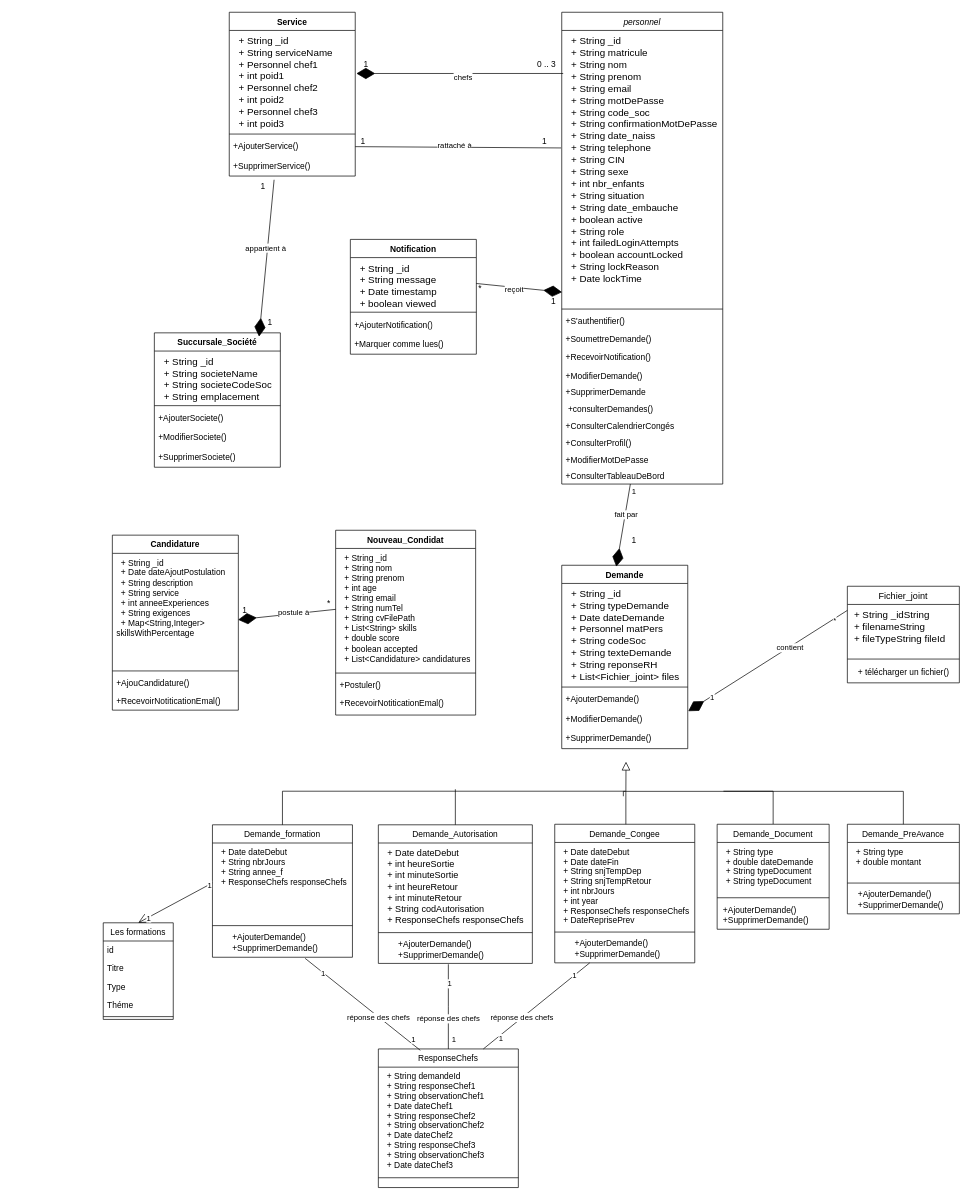
This is Diagramme_classe.drawio from PORTAIL-RH/Portail-RH-Mobile, a draw.io file, before an edit. Source tidied: cells renumbered, new cells numbered last; positions are measured from the earlier drawing's top-left corner, leaving out a move shared by most shapes. Both pictures are drawn from the tidied source at 70%, with x=0, y=0 at pixel (103, 12).
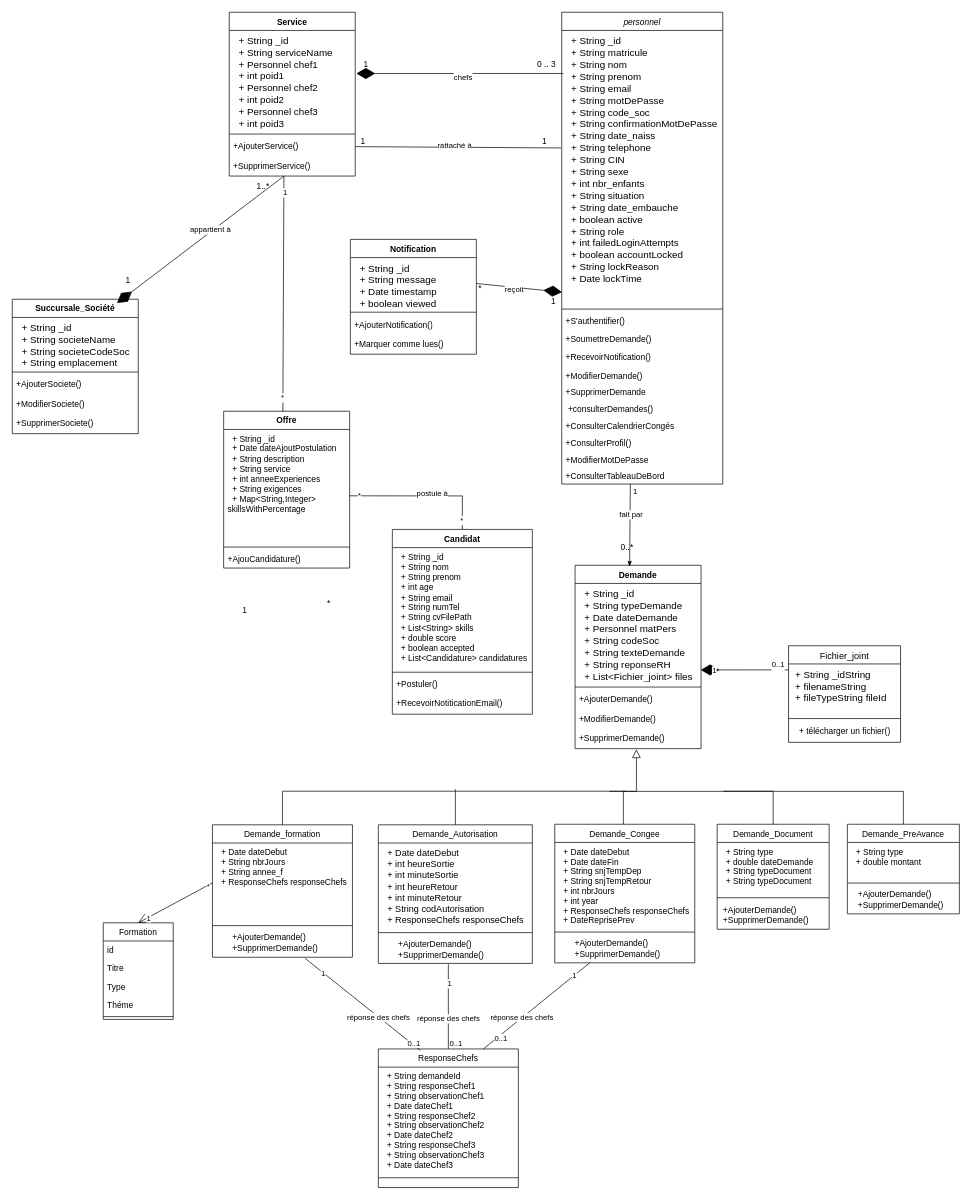
Above is the later version.

Commit message:
Mettre à jour Diagramme_classe.drawio

The change refers to these unchanged cells:
```xml
<mxCell id="25" style="endArrow=open;endFill=1;endSize=12;html=1;rounded=0;exitX=0;exitY=0.5;exitDx=0;exitDy=0;entryX=0.5;entryY=0;entryDx=0;entryDy=0;" parent="1" edge="1" source="16" target="19">
  <mxGeometry relative="1" as="geometry" />
</mxCell>
<mxCell id="28" value="Demande_Congee" style="swimlane;fontStyle=0;align=center;verticalAlign=top;horizontal=1;startSize=26;rounded=0;shadow=0;strokeWidth=1;" parent="1" vertex="1">
  <mxGeometry x="645" y="1160" width="200" height="198" as="geometry" />
</mxCell>
<mxCell id="36" value="Demande_PreAvance" style="swimlane;fontStyle=0;align=center;verticalAlign=top;horizontal=1;startSize=26;rounded=0;shadow=0;strokeWidth=1;" parent="1" vertex="1">
  <mxGeometry x="1063" y="1160" width="160" height="128" as="geometry" />
</mxCell>
<mxCell id="47" value="&lt;div&gt;&amp;nbsp; + String _id&lt;/div&gt;&lt;div&gt;&amp;nbsp; + String nom&lt;/div&gt;&lt;div&gt;&amp;nbsp; + String prenom&lt;/div&gt;&lt;div&gt;&amp;nbsp; + int age&lt;/div&gt;&lt;div&gt;&amp;nbsp; + String email&lt;/div&gt;&lt;div&gt;&amp;nbsp; + String numTel&lt;/div&gt;&lt;div&gt;&amp;nbsp; + String cvFilePath&lt;/div&gt;&lt;div&gt;&amp;nbsp; + List&amp;lt;String&amp;gt; skills&lt;/div&gt;&lt;div&gt;&amp;nbsp; + double score&lt;/div&gt;&lt;div&gt;&amp;nbsp; + boolean accepted&lt;/div&gt;&lt;div&gt;&amp;nbsp; + List&amp;lt;Candidature&amp;gt; candidatures&lt;/div&gt;" style="text;strokeColor=none;fillColor=none;align=left;verticalAlign=top;spacingLeft=4;spacingRight=4;overflow=hidden;points=[[0,0.5],[1,0.5]];portConstraint=eastwest;whiteSpace=wrap;html=1;" parent="46" vertex="1">
  <mxGeometry y="26" width="200" height="174" as="geometry" />
</mxCell>
<mxCell id="56" value="&lt;div&gt;&lt;span style=&quot;text-wrap-mode: nowrap;&quot;&gt;&amp;nbsp; + String _id&lt;/span&gt;&lt;/div&gt;&lt;div&gt;&lt;span style=&quot;text-wrap-mode: nowrap;&quot;&gt;&amp;nbsp; + String typeDemande&lt;/span&gt;&lt;/div&gt;&lt;div&gt;&lt;span style=&quot;text-wrap-mode: nowrap;&quot;&gt;&amp;nbsp; + Date dateDemande&lt;/span&gt;&lt;/div&gt;&lt;div&gt;&lt;span style=&quot;text-wrap-mode: nowrap;&quot;&gt;&amp;nbsp; + Personnel matPers&lt;/span&gt;&lt;/div&gt;&lt;div&gt;&lt;span style=&quot;text-wrap-mode: nowrap;&quot;&gt;&amp;nbsp; + String codeSoc&lt;/span&gt;&lt;/div&gt;&lt;div&gt;&lt;span style=&quot;text-wrap-mode: nowrap;&quot;&gt;&amp;nbsp; + String texteDemande&lt;/span&gt;&lt;/div&gt;&lt;div&gt;&lt;span style=&quot;text-wrap-mode: nowrap;&quot;&gt;&amp;nbsp; + String reponseRH&lt;/span&gt;&lt;/div&gt;&lt;div&gt;&lt;span style=&quot;text-wrap-mode: nowrap;&quot;&gt;&amp;nbsp; + List&amp;lt;Fichier_joint&amp;gt; files&lt;/span&gt;&lt;/div&gt;" style="text;strokeColor=none;fillColor=none;align=left;verticalAlign=top;spacingLeft=4;spacingRight=4;overflow=hidden;points=[[0,0.5],[1,0.5]];portConstraint=eastwest;whiteSpace=wrap;html=1;fontSize=14;" parent="55" vertex="1">
  <mxGeometry y="26" width="180" height="144" as="geometry" />
</mxCell>
<mxCell id="59" value="+ModifierDemande()" style="text;strokeColor=none;fillColor=none;align=left;verticalAlign=top;spacingLeft=4;spacingRight=4;overflow=hidden;points=[[0,0.5],[1,0.5]];portConstraint=eastwest;whiteSpace=wrap;html=1;" parent="55" vertex="1">
  <mxGeometry y="206" width="180" height="28" as="geometry" />
</mxCell>
<mxCell id="60" value="+SupprimerDemande()" style="text;strokeColor=none;fillColor=none;align=left;verticalAlign=top;spacingLeft=4;spacingRight=4;overflow=hidden;points=[[0,0.5],[1,0.5]];portConstraint=eastwest;whiteSpace=wrap;html=1;" parent="55" vertex="1">
  <mxGeometry y="234" width="180" height="28" as="geometry" />
</mxCell>
<mxCell id="62" value="&lt;div&gt;&amp;nbsp; + String _id&lt;/div&gt;&lt;div&gt;&amp;nbsp; + Date dateAjoutPostulation&lt;/div&gt;&lt;div&gt;&lt;span style=&quot;background-color: transparent; color: light-dark(rgb(0, 0, 0), rgb(255, 255, 255));&quot;&gt;&amp;nbsp; + String description&lt;/span&gt;&lt;/div&gt;&lt;div&gt;&amp;nbsp; + String service&lt;/div&gt;&lt;div&gt;&amp;nbsp; + int anneeExperiences&lt;/div&gt;&lt;div&gt;&amp;nbsp; + String exigences&lt;/div&gt;&lt;div&gt;&amp;nbsp; + Map&amp;lt;String,Integer&amp;gt; skillsWithPercentage&lt;/div&gt;" style="text;strokeColor=none;fillColor=none;align=left;verticalAlign=top;spacingLeft=4;spacingRight=4;overflow=hidden;points=[[0,0.5],[1,0.5]];portConstraint=eastwest;whiteSpace=wrap;html=1;" parent="61" vertex="1">
  <mxGeometry y="26" width="180" height="164" as="geometry" />
</mxCell>
<mxCell id="80" value="+Supprimer&lt;span style=&quot;text-align: center;&quot;&gt;Service&lt;/span&gt;()" style="text;strokeColor=none;fillColor=none;align=left;verticalAlign=top;spacingLeft=4;spacingRight=4;overflow=hidden;points=[[0,0.5],[1,0.5]];portConstraint=eastwest;whiteSpace=wrap;html=1;" parent="76" vertex="1">
  <mxGeometry y="206" width="180" height="28" as="geometry" />
</mxCell>
<mxCell id="101" style="endArrow=none;endFill=1;endSize=24;html=1;rounded=0;exitX=0.5;exitY=0;exitDx=0;exitDy=0;startFill=0;" parent="1" edge="1" source="98">
  <mxGeometry relative="1" as="geometry">
    <mxPoint x="493" y="1360" as="targetPoint" />
    <Array as="points">
      <mxPoint x="493" y="1420" />
    </Array>
  </mxGeometry>
</mxCell>
<mxCell id="105" style="endArrow=none;endFill=1;endSize=24;html=1;rounded=0;entryX=0.662;entryY=1.07;entryDx=0;entryDy=0;entryPerimeter=0;startFill=0;" parent="1" edge="1" target="18">
  <mxGeometry relative="1" as="geometry">
    <mxPoint x="453" y="1483" as="sourcePoint" />
  </mxGeometry>
</mxCell>
<mxCell id="109" style="endArrow=none;endFill=1;endSize=24;html=1;rounded=0;entryX=0.25;entryY=1;entryDx=0;entryDy=0;exitX=0.75;exitY=0;exitDx=0;exitDy=0;startFill=0;" parent="1" edge="1" source="98" target="28">
  <mxGeometry relative="1" as="geometry" />
</mxCell>
```

The edit, as a diff of the source:
```diff
@@
-    <mxCell id="19" value="Les formations" style="swimlane;fontStyle=0;align=center;verticalAlign=top;horizontal=1;startSize=26;rounded=0;shadow=0;strokeWidth=1;" parent="1" vertex="1">
+    <mxCell id="19" value="Formation" style="swimlane;fontStyle=0;align=center;verticalAlign=top;horizontal=1;startSize=26;rounded=0;shadow=0;strokeWidth=1;" parent="1" vertex="1">
       <mxGeometry y="1300.8" width="100" height="138" as="geometry" />
     </mxCell>
@@
-    <mxCell id="26" value="1" style="edgeLabel;html=1;align=center;verticalAlign=middle;" parent="25" vertex="1">
-      <mxGeometry x="-0.91" relative="1" as="geometry" />
-    </mxCell>
@@
+    <mxCell id="128" value="*" style="edgeLabel;html=1;align=center;verticalAlign=middle;" parent="25" vertex="1">
+      <mxGeometry x="-0.86" y="1" relative="1" as="geometry" />
+    </mxCell>
@@
     <mxCell id="40" value="Succursale_Société" style="swimlane;fontStyle=1;align=center;verticalAlign=top;horizontal=1;startSize=26;whiteSpace=wrap;html=1;" parent="1" vertex="1">
-      <mxGeometry x="73" y="458" width="180" height="192" as="geometry" />
+      <mxGeometry x="-130" y="410" width="180" height="192" as="geometry" />
     </mxCell>
@@
-    <mxCell id="46" value="Nouveau_Condidat" style="swimlane;fontStyle=1;align=center;verticalAlign=top;horizontal=1;startSize=26;whiteSpace=wrap;html=1;" parent="1" vertex="1">
-      <mxGeometry x="332" y="740" width="200" height="264" as="geometry" />
+    <mxCell id="46" value="Candidat" style="swimlane;fontStyle=1;align=center;verticalAlign=top;horizontal=1;startSize=26;whiteSpace=wrap;html=1;" parent="1" vertex="1">
+      <mxGeometry x="413" y="738.8" width="200" height="264" as="geometry" />
     </mxCell>
@@
-    <mxCell id="50" value="+RecevoirNotiticationEmal()" style="text;strokeColor=none;fillColor=none;align=left;verticalAlign=top;spacingLeft=4;spacingRight=4;overflow=hidden;whiteSpace=wrap;html=1;" parent="46" vertex="1">
+    <mxCell id="50" value="+RecevoirNotiticationEmail()" style="text;strokeColor=none;fillColor=none;align=left;verticalAlign=top;spacingLeft=4;spacingRight=4;overflow=hidden;whiteSpace=wrap;html=1;" parent="46" vertex="1">
       <mxGeometry y="234" width="200" height="30" as="geometry" />
     </mxCell>
-    <mxCell id="51" style="endArrow=block;endSize=10;endFill=0;shadow=0;strokeWidth=1;rounded=0;curved=0;edgeStyle=elbowEdgeStyle;elbow=vertical;exitX=0.508;exitY=0;exitDx=0;exitDy=0;exitPerimeter=0;entryX=0.51;entryY=1.133;entryDx=0;entryDy=0;entryPerimeter=0;" parent="1" edge="1" source="28">
+    <mxCell id="51" style="endArrow=block;endSize=10;endFill=0;shadow=0;strokeWidth=1;rounded=0;curved=0;edgeStyle=elbowEdgeStyle;elbow=vertical;entryX=0.487;entryY=1.029;entryDx=0;entryDy=0;entryPerimeter=0;" parent="1" edge="1" target="60">
       <mxGeometry relative="1" as="geometry">
-        <mxPoint x="746.8" y="1070.6" as="targetPoint" />
+        <mxPoint x="743" y="1160" as="sourcePoint" />
+        <Array as="points">
+          <mxPoint x="763" y="1113" />
+        </Array>
       </mxGeometry>
     </mxCell>
@@
     <mxCell id="54" style="endArrow=none;endSize=10;endFill=0;shadow=0;strokeWidth=1;rounded=0;curved=0;edgeStyle=elbowEdgeStyle;elbow=vertical;startFill=0;entryX=0.5;entryY=0;entryDx=0;entryDy=0;" parent="1" edge="1" target="36">
       <mxGeometry relative="1" as="geometry">
-        <mxPoint x="743" y="1120" as="sourcePoint" />
+        <mxPoint x="723" y="1113" as="sourcePoint" />
         <Array as="points">
           <mxPoint x="1006" y="1113" />
         </Array>
       </mxGeometry>
     </mxCell>
     <mxCell id="55" value="Demande" style="swimlane;fontStyle=1;align=center;verticalAlign=top;horizontal=1;startSize=26;whiteSpace=wrap;html=1;" parent="1" vertex="1">
-      <mxGeometry x="655" y="790" width="180" height="262" as="geometry" />
+      <mxGeometry x="674" y="790" width="180" height="262" as="geometry" />
     </mxCell>
@@
-    <mxCell id="61" value="Candidature" style="swimlane;fontStyle=1;align=center;verticalAlign=top;horizontal=1;startSize=26;whiteSpace=wrap;html=1;" parent="1" vertex="1">
-      <mxGeometry x="13" y="747" width="180" height="250" as="geometry" />
+    <mxCell id="61" value="Offre" style="swimlane;fontStyle=1;align=center;verticalAlign=top;horizontal=1;startSize=26;whiteSpace=wrap;html=1;" parent="1" vertex="1">
+      <mxGeometry x="172" y="570" width="180" height="224" as="geometry" />
     </mxCell>
@@
-    <mxCell id="65" value="+RecevoirNotiticationEmal()" style="text;strokeColor=none;fillColor=none;align=left;verticalAlign=top;spacingLeft=4;spacingRight=4;overflow=hidden;whiteSpace=wrap;html=1;" parent="61" vertex="1">
-      <mxGeometry y="224" width="180" height="26" as="geometry" />
-    </mxCell>
-    <mxCell id="66" style="endArrow=diamondThin;endFill=1;endSize=24;html=1;rounded=0;exitX=0.356;exitY=1.19;exitDx=0;exitDy=0;exitPerimeter=0;entryX=0.831;entryY=0.028;entryDx=0;entryDy=0;entryPerimeter=0;" parent="1" edge="1" source="80" target="40">
+    <mxCell id="66" style="endArrow=diamondThin;endFill=1;endSize=24;html=1;rounded=0;exitX=0.434;exitY=1.003;exitDx=0;exitDy=0;exitPerimeter=0;entryX=0.831;entryY=0.028;entryDx=0;entryDy=0;entryPerimeter=0;" parent="1" edge="1" source="80" target="40">
       <mxGeometry relative="1" as="geometry" />
     </mxCell>
@@
     <mxCell id="84" value="1" style="text;html=1;align=center;verticalAlign=middle;strokeColor=none;fillColor=none;" parent="1" vertex="1">
-      <mxGeometry x="223" y="428" width="30" height="30" as="geometry" />
+      <mxGeometry x="20" y="368" width="30" height="30" as="geometry" />
     </mxCell>
@@
-    <mxCell id="88" value="1" style="text;html=1;align=center;verticalAlign=middle;strokeColor=none;fillColor=none;" parent="1" vertex="1">
-      <mxGeometry x="213" y="234" width="30" height="30" as="geometry" />
+    <mxCell id="88" value="1..*" style="text;html=1;align=center;verticalAlign=middle;strokeColor=none;fillColor=none;" parent="1" vertex="1">
+      <mxGeometry x="208" y="234" width="40" height="30" as="geometry" />
     </mxCell>
-    <mxCell id="89" style="endArrow=diamondThin;endFill=1;endSize=24;html=1;rounded=0;exitX=0.709;exitY=1.042;exitDx=0;exitDy=0;exitPerimeter=0;entryX=0.433;entryY=0.008;entryDx=0;entryDy=0;entryPerimeter=0;" parent="1" edge="1" target="55">
+    <mxCell id="89" style="endArrow=classicThin;endFill=1;html=1;rounded=0;exitX=0.709;exitY=1.042;exitDx=0;exitDy=0;exitPerimeter=0;entryX=0.433;entryY=0.008;entryDx=0;entryDy=0;entryPerimeter=0;" parent="1" edge="1" target="55">
       <mxGeometry relative="1" as="geometry">
         <mxPoint x="753" y="674" as="sourcePoint" />
       </mxGeometry>
     </mxCell>
@@
-    <mxCell id="92" value="1" style="text;html=1;align=center;verticalAlign=middle;strokeColor=none;fillColor=none;" parent="1" vertex="1">
-      <mxGeometry x="743" y="738.8" width="30" height="30" as="geometry" />
+    <mxCell id="92" value="0..*" style="text;html=1;align=center;verticalAlign=middle;strokeColor=none;fillColor=none;" parent="1" vertex="1">
+      <mxGeometry x="728" y="750" width="40" height="30" as="geometry" />
     </mxCell>
@@
-    <mxCell id="102" value="1" style="edgeLabel;html=1;align=center;verticalAlign=middle;" parent="101" vertex="1">
-      <mxGeometry x="-0.78" relative="1" as="geometry">
-        <mxPoint x="7" y="-2" as="offset" />
-      </mxGeometry>
-    </mxCell>
@@
-    <mxCell id="106" value="1" style="edgeLabel;html=1;align=center;verticalAlign=middle;" parent="105" vertex="1">
-      <mxGeometry x="-0.78" relative="1" as="geometry">
-        <mxPoint x="7" y="-2" as="offset" />
-      </mxGeometry>
-    </mxCell>
@@
-    <mxCell id="110" value="1" style="edgeLabel;html=1;align=center;verticalAlign=middle;" parent="109" vertex="1">
+    <mxCell id="110" value="0..1" style="edgeLabel;html=1;align=center;verticalAlign=middle;" parent="109" vertex="1">
       <mxGeometry x="-0.78" relative="1" as="geometry">
         <mxPoint x="7" y="-2" as="offset" />
       </mxGeometry>
     </mxCell>
@@
     <mxCell id="113" value="Fichier_joint" style="swimlane;fontStyle=0;align=center;verticalAlign=top;horizontal=1;startSize=26;rounded=0;shadow=0;strokeWidth=1;fontSize=13;" parent="1" vertex="1">
-      <mxGeometry x="1063" y="820" width="160" height="138" as="geometry" />
+      <mxGeometry x="979" y="905" width="160" height="138" as="geometry" />
     </mxCell>
@@
-    <mxCell id="117" style="endArrow=diamondThin;endFill=1;endSize=24;html=1;rounded=0;entryX=1.004;entryY=0.087;entryDx=0;entryDy=0;exitX=0;exitY=0.25;exitDx=0;exitDy=0;entryPerimeter=0;" parent="1" edge="1" source="113" target="59">
+    <mxCell id="117" style="endArrow=diamondThin;endFill=1;endSize=24;html=1;rounded=0;entryX=0.997;entryY=0.858;entryDx=0;entryDy=0;exitX=0;exitY=0.25;exitDx=0;exitDy=0;entryPerimeter=0;" parent="1" edge="1" source="113" target="56">
       <mxGeometry relative="1" as="geometry" />
     </mxCell>
-    <mxCell id="118" value="*" style="edgeLabel;html=1;align=center;verticalAlign=middle;" parent="117" vertex="1">
-      <mxGeometry x="-0.78" relative="1" as="geometry">
-        <mxPoint x="7" y="-2" as="offset" />
-      </mxGeometry>
-    </mxCell>
-    <mxCell id="119" value="contient" style="edgeLabel;html=1;align=center;verticalAlign=middle;" parent="117" vertex="1">
-      <mxGeometry x="-0.27" y="1" relative="1" as="geometry" />
-    </mxCell>
@@
+    <mxCell id="129" value="0..1&lt;div&gt;&lt;br&gt;&lt;/div&gt;" style="edgeLabel;html=1;align=center;verticalAlign=middle;" parent="117" vertex="1">
+      <mxGeometry x="-0.93" y="-1" relative="1" as="geometry">
+        <mxPoint x="-11" as="offset" />
+      </mxGeometry>
+    </mxCell>
-    <mxCell id="121" style="endArrow=diamondThin;endFill=1;endSize=24;html=1;rounded=0;entryX=0.998;entryY=0.578;entryDx=0;entryDy=0;entryPerimeter=0;exitX=0;exitY=0.5;exitDx=0;exitDy=0;" parent="1" edge="1" source="47" target="62">
-      <mxGeometry relative="1" as="geometry" />
+    <mxCell id="121" style="endArrow=none;endFill=1;endSize=24;html=1;rounded=0;entryX=0.998;entryY=0.578;entryDx=0;entryDy=0;entryPerimeter=0;exitX=0.5;exitY=0;exitDx=0;exitDy=0;startFill=0;" parent="1" edge="1" source="46" target="62">
+      <mxGeometry relative="1" as="geometry">
+        <Array as="points">
+          <mxPoint x="513" y="691" />
+        </Array>
+      </mxGeometry>
     </mxCell>
@@
+    <mxCell id="130" value="*" style="edgeLabel;html=1;align=center;verticalAlign=middle;" parent="121" vertex="1">
+      <mxGeometry x="0.86" relative="1" as="geometry" />
+    </mxCell>
+    <mxCell id="131" value="*" style="edgeLabel;html=1;align=center;verticalAlign=middle;" parent="121" vertex="1">
+      <mxGeometry x="-0.88" y="2" relative="1" as="geometry" />
+    </mxCell>
@@
+    <mxCell id="132" style="endArrow=none;html=1;rounded=0;exitX=0.47;exitY=0.004;exitDx=0;exitDy=0;exitPerimeter=0;entryX=0.434;entryY=1.003;entryDx=0;entryDy=0;entryPerimeter=0;" parent="1" edge="1" source="61" target="80">
+      <mxGeometry relative="1" as="geometry" />
+    </mxCell>
+    <mxCell id="133" value="*" style="edgeLabel;html=1;align=center;verticalAlign=middle;" parent="132" vertex="1">
+      <mxGeometry x="-0.88" y="1" relative="1" as="geometry" />
+    </mxCell>
+    <mxCell id="134" value="1" style="edgeLabel;html=1;align=center;verticalAlign=middle;" parent="132" vertex="1">
+      <mxGeometry x="0.86" y="-1" relative="1" as="geometry" />
+    </mxCell>
+    <mxCell id="135" value="&lt;span style=&quot;color: rgb(0, 0, 0); font-family: Helvetica; font-size: 11px; font-style: normal; font-variant-ligatures: normal; font-variant-caps: normal; font-weight: 400; letter-spacing: normal; orphans: 2; text-align: center; text-indent: 0px; text-transform: none; widows: 2; word-spacing: 0px; -webkit-text-stroke-width: 0px; white-space: nowrap; background-color: rgb(255, 255, 255); text-decoration-thickness: initial; text-decoration-style: initial; text-decoration-color: initial; display: inline !important; float: none;&quot;&gt;0..1&lt;/span&gt;" style="text;whiteSpace=wrap;html=1;" parent="1" vertex="1">
+      <mxGeometry x="493" y="1460" width="50" height="40" as="geometry" />
+    </mxCell>
+    <mxCell id="136" value="&lt;span style=&quot;color: rgb(0, 0, 0); font-family: Helvetica; font-size: 11px; font-style: normal; font-variant-ligatures: normal; font-variant-caps: normal; font-weight: 400; letter-spacing: normal; orphans: 2; text-align: center; text-indent: 0px; text-transform: none; widows: 2; word-spacing: 0px; -webkit-text-stroke-width: 0px; white-space: nowrap; background-color: rgb(255, 255, 255); text-decoration-thickness: initial; text-decoration-style: initial; text-decoration-color: initial; display: inline !important; float: none;&quot;&gt;0..1&lt;/span&gt;" style="text;whiteSpace=wrap;html=1;" parent="1" vertex="1">
+      <mxGeometry x="433" y="1460" width="50" height="40" as="geometry" />
+    </mxCell>
```
